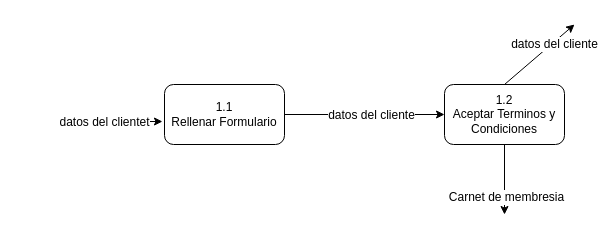
The draw.io diagram Proceso 1.drawio in Nizar4790k/Liverpool, before the edit. Source tidied: cells renumbered, new cells numbered last; positions are measured from the earlier drawing's top-left corner, leaving out a move shared by most shapes. Both pictures are drawn from the tidied source at 100%, with x=0, y=0 at pixel (84, 24).
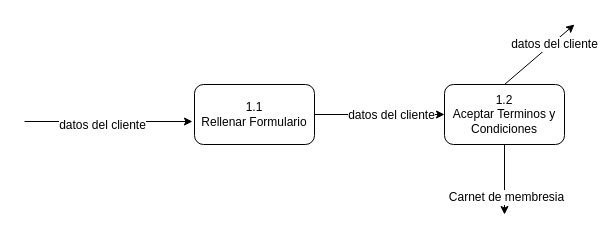
After the change.

Diff of the diagram source:
```diff
@@
 <mxGraphModel>
   <root>
     <mxCell id="0" />
     <mxCell id="1" parent="0" />
     <mxCell id="2" value="1.1&lt;br&gt;Rellenar Formulario" style="rounded=1;whiteSpace=wrap;html=1;" parent="1" vertex="1">
-      <mxGeometry x="80" y="60" width="120" height="60" as="geometry" />
+      <mxGeometry x="110" y="60" width="120" height="60" as="geometry" />
     </mxCell>
     <mxCell id="3" style="endArrow=classic;html=1;entryX=-0.017;entryY=0.617;entryDx=0;entryDy=0;entryPerimeter=0;" parent="1" edge="1" target="2">
       <mxGeometry relative="1" as="geometry">
-        <mxPoint y="97" as="sourcePoint" />
+        <mxPoint x="-60" y="97" as="sourcePoint" />
       </mxGeometry>
     </mxCell>
-    <mxCell id="4" value="datos del clientet" style="text;html=1;align=center;verticalAlign=middle;labelBackgroundColor=#ffffff;" parent="3" vertex="1">
-      <mxGeometry x="-0.49" relative="1" as="geometry" />
+    <mxCell id="4" value="datos del cliente" style="text;html=1;align=center;verticalAlign=middle;labelBackgroundColor=#ffffff;" parent="3" vertex="1">
+      <mxGeometry x="-0.49" relative="1" as="geometry">
+        <mxPoint x="35" y="3" as="offset" />
+      </mxGeometry>
     </mxCell>
     <mxCell id="5" style="endArrow=classic;html=1;exitX=1;exitY=0.5;exitDx=0;exitDy=0;" parent="1" edge="1" source="2" target="7">
       <mxGeometry relative="1" as="geometry" />
     </mxCell>
     <mxCell id="6" value="datos del cliente" style="text;html=1;align=center;verticalAlign=middle;labelBackgroundColor=#ffffff;" parent="5" vertex="1">
       <mxGeometry x="-0.35" y="-1" relative="1" as="geometry">
         <mxPoint x="34" y="-1" as="offset" />
       </mxGeometry>
     </mxCell>
     <mxCell id="7" value="1.2&lt;br&gt;Aceptar Terminos y Condiciones" style="rounded=1;whiteSpace=wrap;html=1;" parent="1" vertex="1">
       <mxGeometry x="360" y="60" width="120" height="60" as="geometry" />
     </mxCell>
     <mxCell id="8" style="endArrow=classic;html=1;exitX=0.5;exitY=0;exitDx=0;exitDy=0;" parent="1" edge="1" source="7">
       <mxGeometry relative="1" as="geometry">
         <mxPoint x="490" as="targetPoint" />
       </mxGeometry>
     </mxCell>
     <mxCell id="9" value="datos del cliente" style="text;html=1;align=center;verticalAlign=middle;labelBackgroundColor=#ffffff;" parent="8" vertex="1">
       <mxGeometry x="0.38" y="-1" relative="1" as="geometry" />
     </mxCell>
     <mxCell id="10" style="endArrow=classic;html=1;" parent="1" edge="1" source="7">
       <mxGeometry relative="1" as="geometry">
         <mxPoint x="420" y="190" as="targetPoint" />
       </mxGeometry>
     </mxCell>
     <mxCell id="11" value="Carnet de membresia" style="text;html=1;align=center;verticalAlign=middle;labelBackgroundColor=#ffffff;" parent="10" vertex="1">
       <mxGeometry x="0.49" y="1" relative="1" as="geometry" />
     </mxCell>
   </root>
 </mxGraphModel>
```
